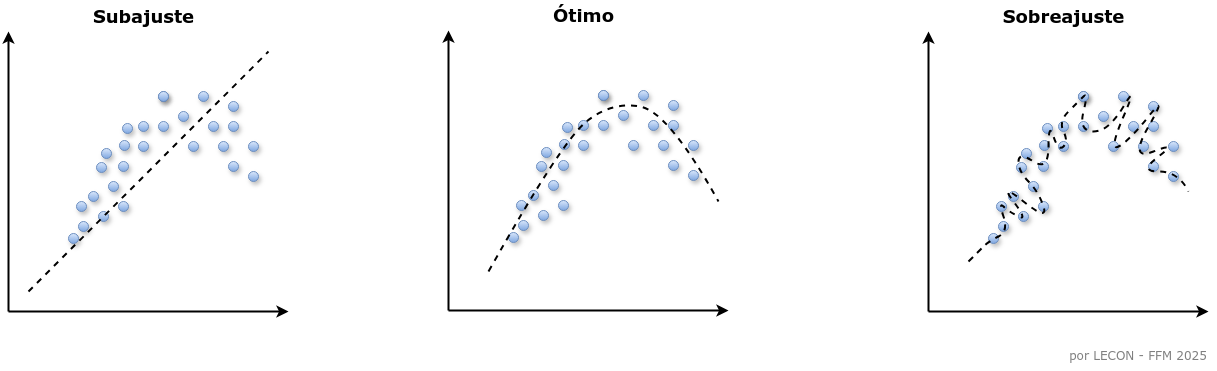
gabrielsantos71-est/statistical_learning keeps this draw.io diagram as cursos/STA13824/images/overfitting.png. Above is the earlier version. Source tidied: cells renumbered, new cells last; positions are measured from the earlier drawing's top-left corner, leaving out a move shared by most shapes.
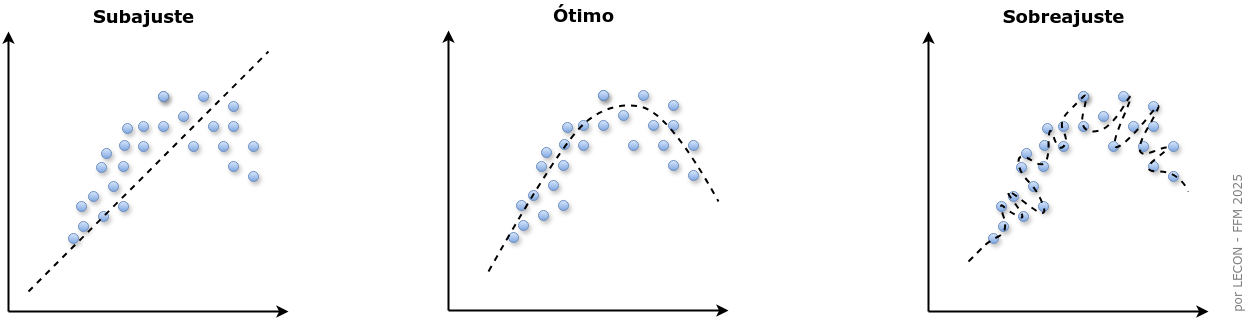
Later version of the same file.

Commit message:
Corrigindo problemas com figura overfitting

What changed in the source:
```diff
@@ -343,8 +343,8 @@
         </Array>
       </mxGeometry>
     </mxCell>
-    <mxCell id="95" value="&lt;span&gt;por LECON - FFM 2025&lt;/span&gt;" style="text;html=1;align=center;verticalAlign=middle;whiteSpace=wrap;rounded=0;fillColor=none;textOpacity=50;fontFamily=Verdana;" parent="1" vertex="1">
-      <mxGeometry x="1060" y="341" width="140" height="30" as="geometry" />
+    <mxCell id="95" value="&lt;span&gt;por LECON - FFM 2025&lt;/span&gt;" style="text;html=1;align=center;verticalAlign=middle;whiteSpace=wrap;rounded=0;fillColor=none;textOpacity=50;fontFamily=Verdana;rotation=-90;" parent="1" vertex="1">
+      <mxGeometry x="1160" y="228" width="140" height="30" as="geometry" />
     </mxCell>
   </root>
 </mxGraphModel>
```
